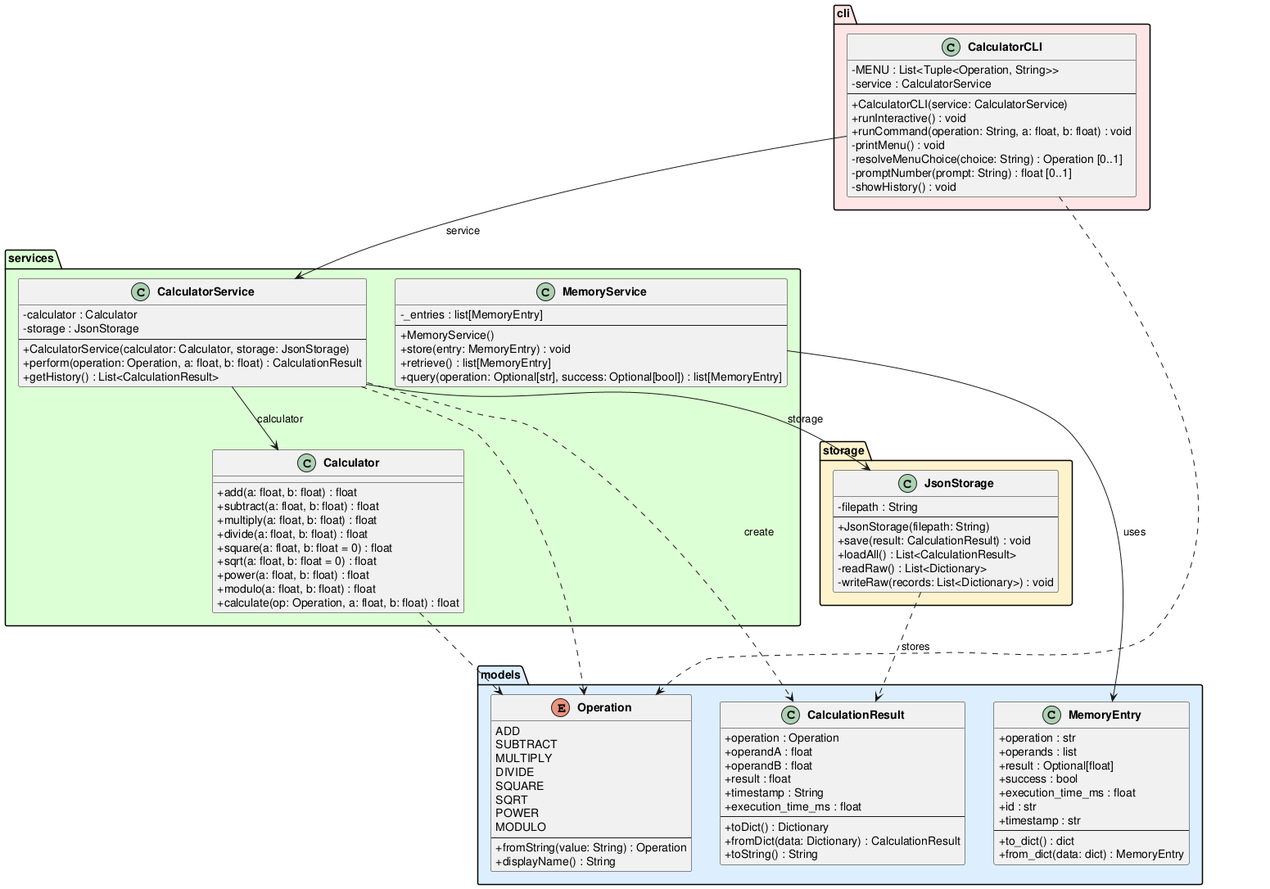
DanielRiha8906/Software_autoevolution_using_agents keeps this PlantUML diagram as experiments/pipeline/test_driven/calculator/artifacts/class_diagram.png. Above is the earlier version.
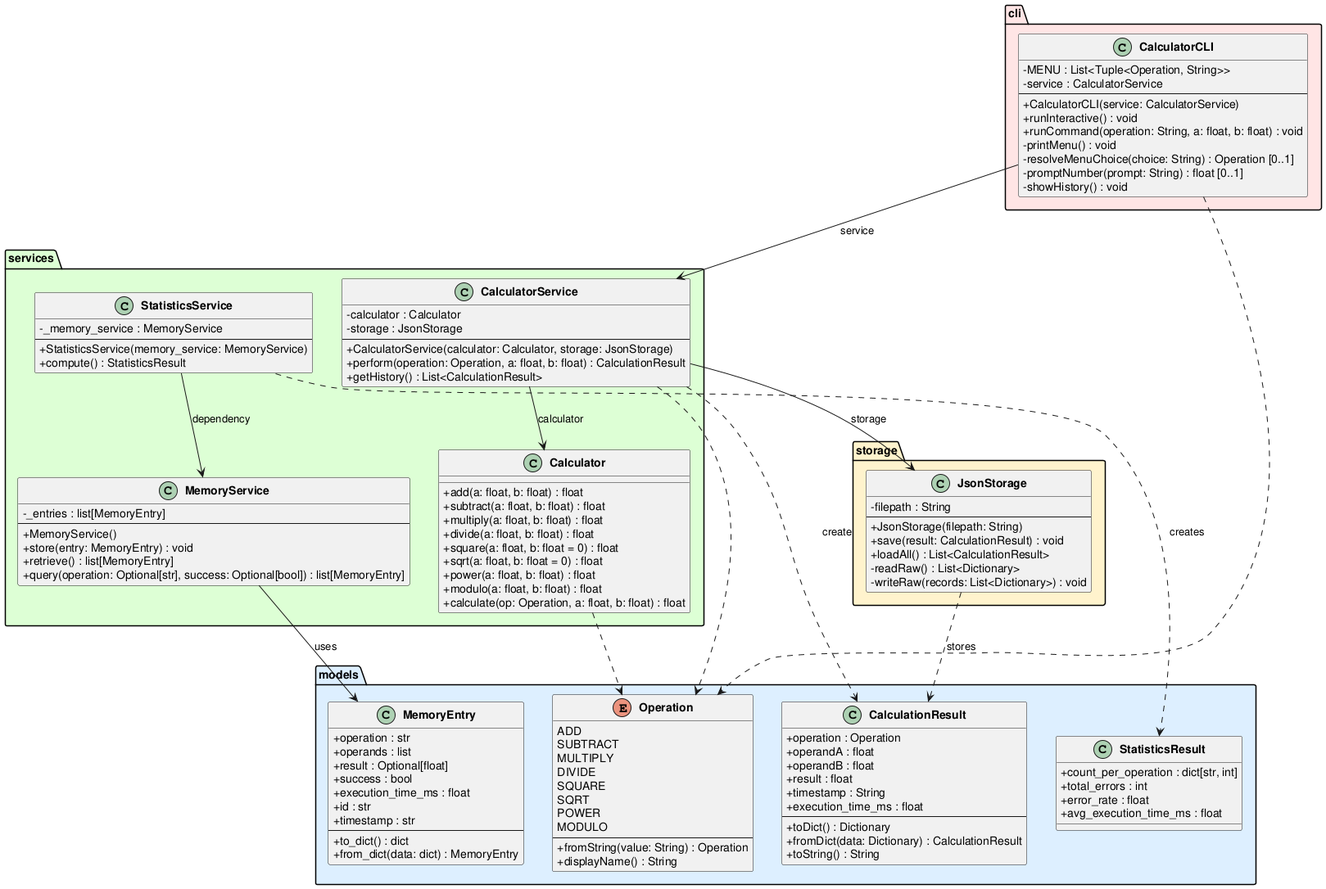
Above is the later version.

The edit, as a diff of the source:
```diff
@@ -43,6 +43,13 @@
         +to_dict() : dict
         +from_dict(data: dict) : MemoryEntry
     }
+
+    class StatisticsResult {
+        +count_per_operation : dict[str, int]
+        +total_errors : int
+        +error_rate : float
+        +avg_execution_time_ms : float
+    }
 }
 
 package "services" #DDFFD4 {
@@ -74,6 +81,13 @@
         +store(entry: MemoryEntry) : void
         +retrieve() : list[MemoryEntry]
         +query(operation: Optional[str], success: Optional[bool]) : list[MemoryEntry]
+    }
+
+    class StatisticsService {
+        -_memory_service : MemoryService
+        --
+        +StatisticsService(memory_service: MemoryService)
+        +compute() : StatisticsResult
     }
 }
 
@@ -116,4 +130,7 @@
 
 MemoryService --> MemoryEntry : uses
 
+StatisticsService --> MemoryService : dependency
+StatisticsService ..> StatisticsResult : creates
+
 @enduml
```
